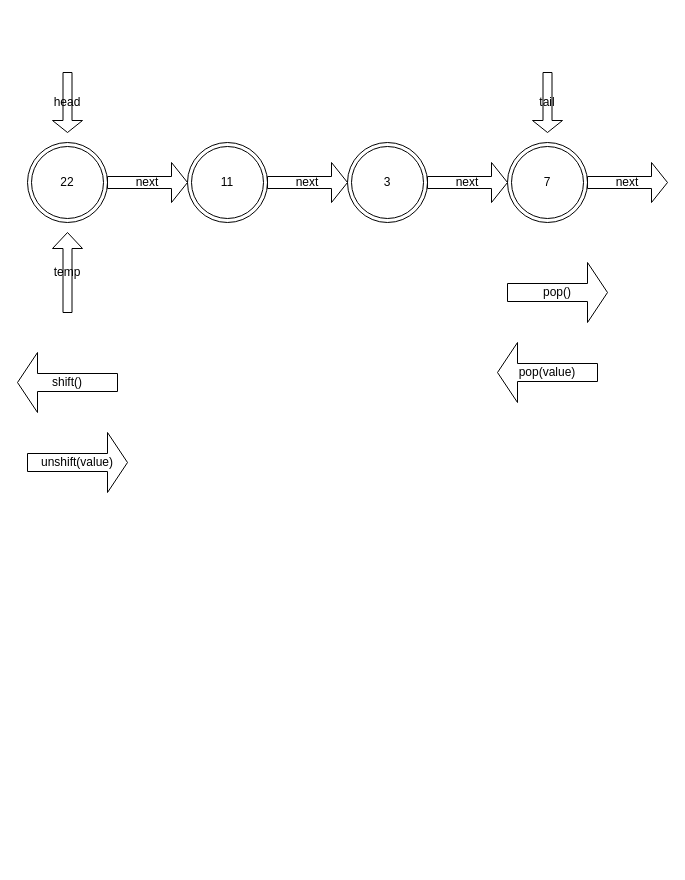
Earlier version of the draw.io diagram linkedList.drawio (anjali-ghanshani/datastructure-and-algorithms-javascript). Source tidied: cells renumbered, new cells numbered last; positions are measured from the earlier drawing's top-left corner, leaving out a move shared by most shapes. Both pictures are drawn from the tidied source at 100%, with x=0, y=0 at pixel (17, 72).
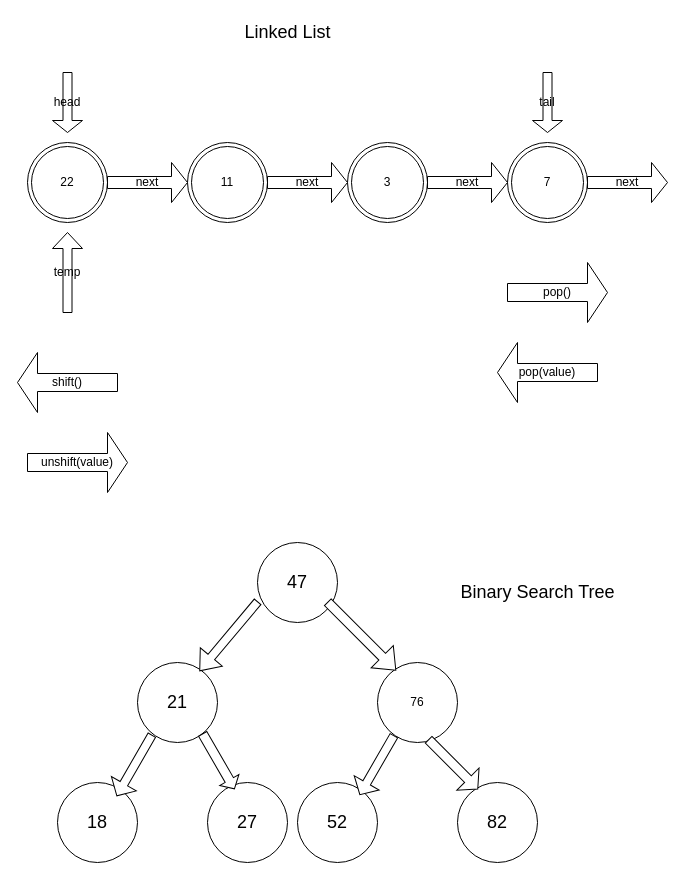
The same page after the edit.

Commit message (it also covers changes not shown here):
Binary Search Tree Code

- binary search tree with methods (insert, contains, minValueNode)
- in linkedList.drawio added a diagram to understand binary Search Tree

What changed in the source:
```diff
@@
+    <mxCell id="17" value="&lt;font style=&quot;font-size: 18px&quot;&gt;47&lt;/font&gt;" style="ellipse;whiteSpace=wrap;html=1;" parent="1" vertex="1">
+      <mxGeometry x="240" y="470" width="80" height="80" as="geometry" />
+    </mxCell>
+    <mxCell id="18" value="76" style="ellipse;whiteSpace=wrap;html=1;" parent="1" vertex="1">
+      <mxGeometry x="360" y="590" width="80" height="80" as="geometry" />
+    </mxCell>
+    <mxCell id="19" value="&lt;font style=&quot;font-size: 18px&quot;&gt;21&lt;/font&gt;" style="ellipse;whiteSpace=wrap;html=1;" parent="1" vertex="1">
+      <mxGeometry x="120" y="590" width="80" height="80" as="geometry" />
+    </mxCell>
+    <mxCell id="20" value="&lt;font style=&quot;font-size: 18px&quot;&gt;82&lt;/font&gt;" style="ellipse;whiteSpace=wrap;html=1;" parent="1" vertex="1">
+      <mxGeometry x="440" y="710" width="80" height="80" as="geometry" />
+    </mxCell>
+    <mxCell id="21" value="&lt;font style=&quot;font-size: 18px&quot;&gt;52&lt;/font&gt;" style="ellipse;whiteSpace=wrap;html=1;" parent="1" vertex="1">
+      <mxGeometry x="280" y="710" width="80" height="80" as="geometry" />
+    </mxCell>
+    <mxCell id="22" value="&lt;font style=&quot;font-size: 18px&quot;&gt;27&lt;/font&gt;" style="ellipse;whiteSpace=wrap;html=1;" parent="1" vertex="1">
+      <mxGeometry x="190" y="710" width="80" height="80" as="geometry" />
+    </mxCell>
+    <mxCell id="23" value="&lt;font style=&quot;font-size: 18px&quot;&gt;18&lt;/font&gt;" style="ellipse;whiteSpace=wrap;html=1;" parent="1" vertex="1">
+      <mxGeometry x="40" y="710" width="80" height="80" as="geometry" />
+    </mxCell>
+    <mxCell id="24" style="shape=singleArrow;direction=south;whiteSpace=wrap;html=1;rotation=30;" parent="1" vertex="1">
+      <mxGeometry x="345" y="658.7" width="28.7" height="68" as="geometry" />
+    </mxCell>
+    <mxCell id="25" style="shape=singleArrow;direction=south;whiteSpace=wrap;html=1;rotation=40;" parent="1" vertex="1">
+      <mxGeometry x="196.8" y="518.8" width="28.7" height="90" as="geometry" />
+    </mxCell>
+    <mxCell id="26" style="shape=singleArrow;direction=south;whiteSpace=wrap;html=1;rotation=30;" parent="1" vertex="1">
+      <mxGeometry x="102.5" y="658" width="28.7" height="70" as="geometry" />
+    </mxCell>
+    <mxCell id="27" style="shape=singleArrow;direction=south;whiteSpace=wrap;html=1;rotation=-45;" parent="1" vertex="1">
+      <mxGeometry x="328.6" y="515.7" width="31.4" height="96.2" as="geometry" />
+    </mxCell>
+    <mxCell id="28" style="shape=singleArrow;direction=south;whiteSpace=wrap;html=1;rotation=-30;arrowWidth=0.43163050774708744;arrowSize=0.16050179807502;" parent="1" vertex="1">
+      <mxGeometry x="190" y="657.1" width="22.1" height="63.5" as="geometry" />
+    </mxCell>
+    <mxCell id="29" style="shape=singleArrow;direction=south;whiteSpace=wrap;html=1;rotation=-45;" parent="1" vertex="1">
+      <mxGeometry x="420" y="657.1" width="31.4" height="69.5" as="geometry" />
+    </mxCell>
+    <mxCell id="30" value="Binary Search Tree" style="text;html=1;align=center;verticalAlign=middle;strokeColor=none;fillColor=none;fontSize=18;" parent="1" vertex="1">
+      <mxGeometry x="435" y="505" width="170" height="30" as="geometry" />
+    </mxCell>
+    <mxCell id="31" value="Linked List" style="text;html=1;align=center;verticalAlign=middle;strokeColor=none;fillColor=none;fontSize=18;" parent="1" vertex="1">
+      <mxGeometry x="220" y="-55" width="100" height="30" as="geometry" />
+    </mxCell>
```
